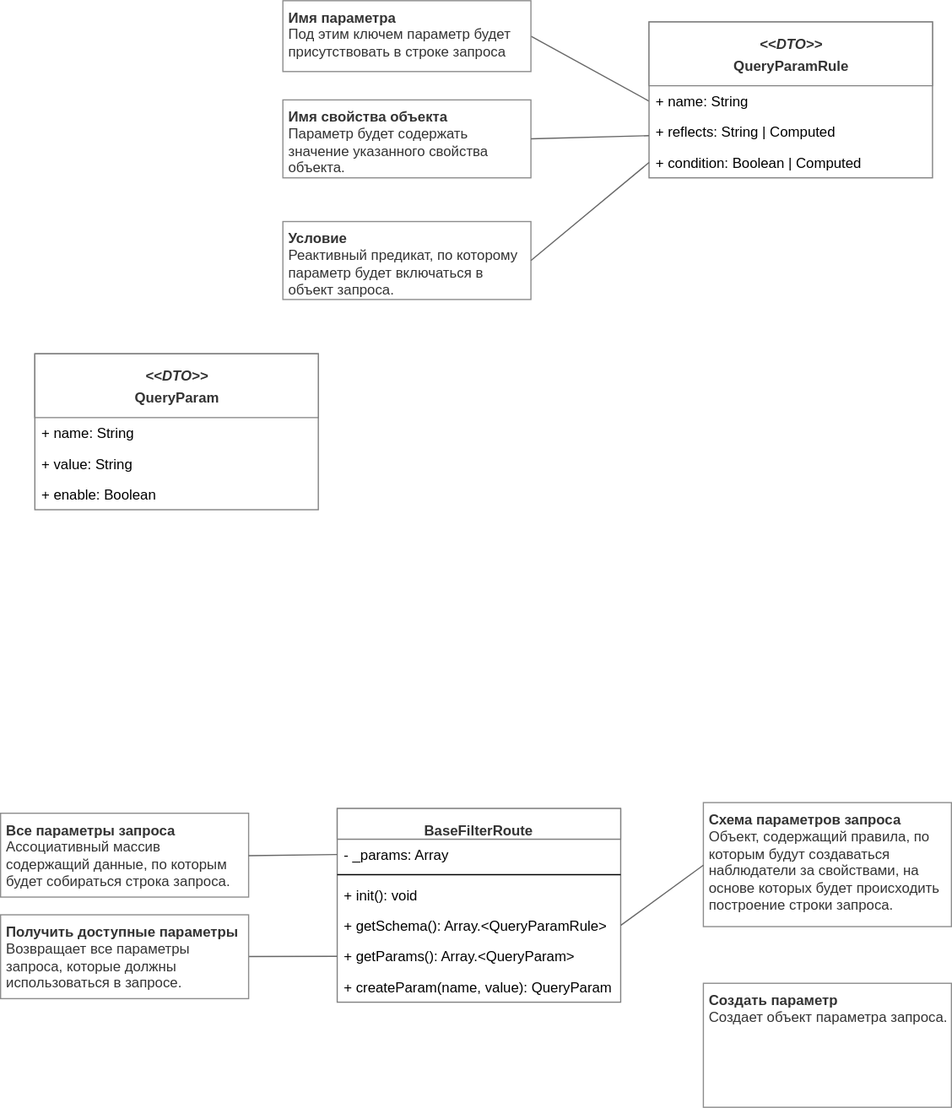
Earlier version of the draw.io export filters.svg (ajile/draw-io). Source tidied: cells renumbered, new cells last; positions are measured from the earlier drawing's top-left corner, leaving out a move shared by most shapes.
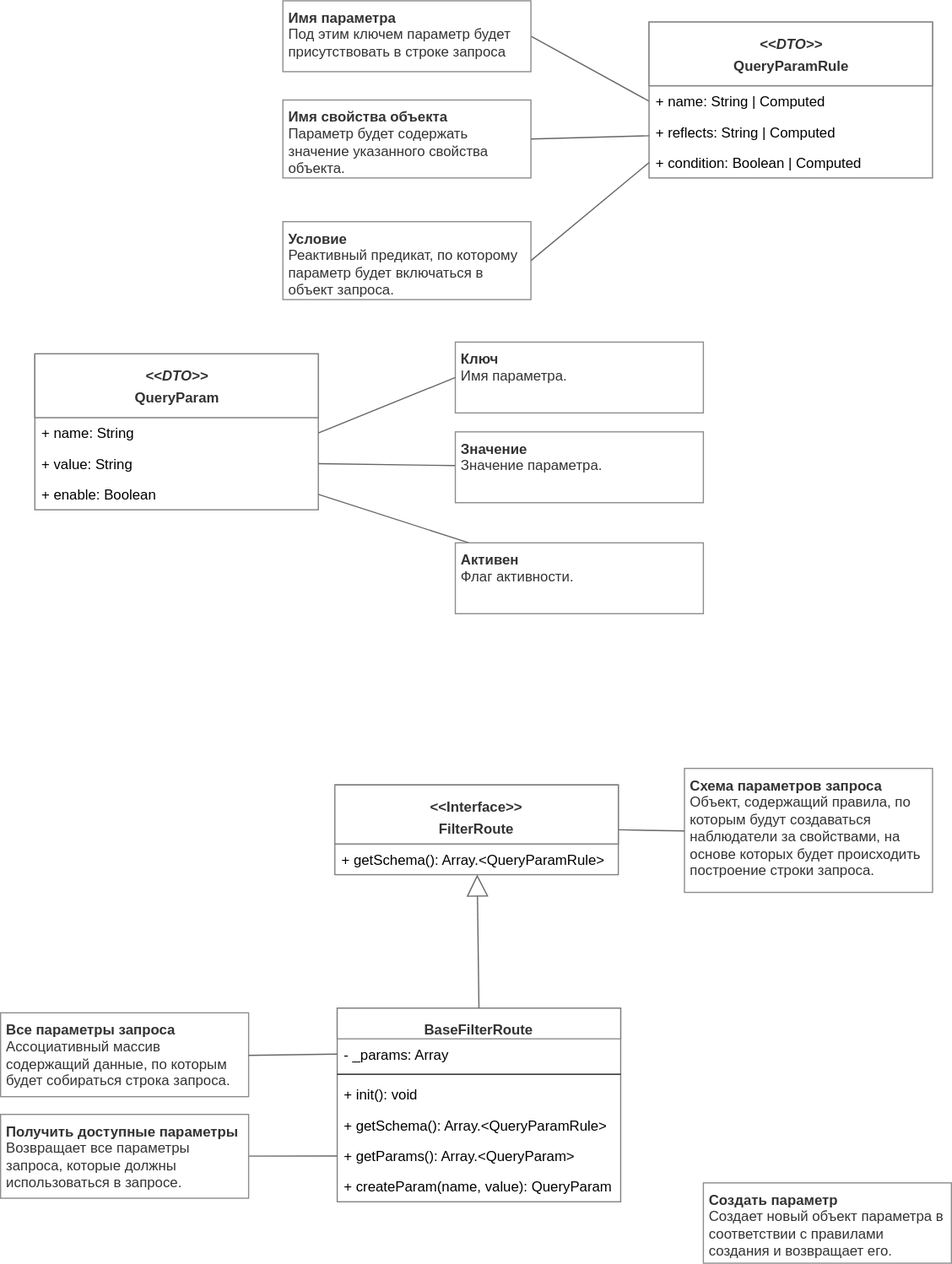
After the change.

Change to the diagram source:
```diff
@@ -3,7 +3,7 @@
     <mxCell id="0" />
     <mxCell id="1" parent="0" />
     <mxCell id="2" value="&lt;font style=&quot;font-size: 12px&quot; color=&quot;#333333&quot;&gt;BaseFilterRoute&lt;/font&gt;" style="swimlane;fontStyle=1;align=center;verticalAlign=top;horizontal=1;startSize=26;swimlaneFillColor=#ffffff;strokeColor=#808080;fontSize=16;fontColor=#808080;html=1;" parent="1" vertex="1">
-      <mxGeometry x="285" y="684" width="240" height="164" as="geometry" />
+      <mxGeometry x="285" y="853" width="240" height="164" as="geometry" />
     </mxCell>
     <mxCell id="3" value="- _params: Array" style="text;strokeColor=none;fillColor=none;align=left;verticalAlign=top;spacingLeft=4;spacingRight=4;overflow=hidden;points=[[0,0.5],[1,0.5]];portConstraint=eastwest;" parent="2" vertex="1">
       <mxGeometry y="26" width="240" height="26" as="geometry" />
@@ -29,7 +29,7 @@
     <mxCell id="10" value="&lt;font style=&quot;font-size: 12px&quot; color=&quot;#333333&quot;&gt;&lt;i&gt;&amp;lt;&amp;lt;DTO&amp;gt;&amp;gt;&lt;/i&gt;&lt;br&gt;&lt;b&gt;QueryParamRule&lt;/b&gt;&lt;/font&gt;&lt;br&gt;" style="swimlane;fontStyle=1;align=center;verticalAlign=top;horizontal=1;startSize=54;swimlaneFillColor=#ffffff;strokeColor=#808080;fontSize=16;fontColor=#808080;html=1;" parent="1" vertex="1">
       <mxGeometry x="549" y="18" width="240" height="132" as="geometry" />
     </mxCell>
-    <mxCell id="11" value="+ name: String" style="text;strokeColor=none;fillColor=none;align=left;verticalAlign=top;spacingLeft=4;spacingRight=4;overflow=hidden;points=[[0,0.5],[1,0.5]];portConstraint=eastwest;" parent="10" vertex="1">
+    <mxCell id="11" value="+ name: String | Computed" style="text;strokeColor=none;fillColor=none;align=left;verticalAlign=top;spacingLeft=4;spacingRight=4;overflow=hidden;points=[[0,0.5],[1,0.5]];portConstraint=eastwest;" parent="10" vertex="1">
       <mxGeometry y="54" width="240" height="26" as="geometry" />
     </mxCell>
     <mxCell id="12" value="+ reflects: String | Computed" style="text;strokeColor=none;fillColor=none;align=left;verticalAlign=top;spacingLeft=4;spacingRight=4;overflow=hidden;points=[[0,0.5],[1,0.5]];portConstraint=eastwest;" parent="10" vertex="1">
@@ -54,13 +54,13 @@
       <mxGeometry relative="1" as="geometry" />
     </mxCell>
     <mxCell id="19" value="&lt;span&gt;&lt;b&gt;Схема параметров запроса&lt;/b&gt;&lt;/span&gt;&lt;div&gt;Объект, содержащий правила, по которым будут создаваться наблюдатели за свойствами, на основе которых будет происходить построение строки запроса.&lt;/div&gt;" style="text;html=1;strokeColor=#8C8C8C;fillColor=none;align=left;verticalAlign=top;whiteSpace=wrap;rounded=0;fontSize=12;fontColor=#333333;spacingLeft=2;spacingBottom=2;spacingRight=2;" parent="1" vertex="1">
-      <mxGeometry x="595" y="679" width="210" height="105" as="geometry" />
+      <mxGeometry x="579" y="650" width="210" height="105" as="geometry" />
     </mxCell>
-    <mxCell id="20" style="rounded=0;html=1;startSize=4;endArrow=none;endFill=0;endSize=16;jettySize=auto;strokeColor=#666666;strokeWidth=1;fontSize=12;fontColor=#333333;exitX=1;exitY=0.5;entryX=0;entryY=0.5;" parent="1" edge="1" source="6" target="19">
+    <mxCell id="20" style="rounded=0;html=1;startSize=4;endArrow=none;endFill=0;endSize=16;jettySize=auto;strokeColor=#666666;strokeWidth=1;fontSize=12;fontColor=#333333;exitX=1;exitY=0.5;entryX=0;entryY=0.5;" parent="1" edge="1" source="37" target="19">
       <mxGeometry relative="1" as="geometry" />
     </mxCell>
     <mxCell id="21" value="&lt;span&gt;&lt;b&gt;Все параметры запроса&lt;/b&gt;&lt;/span&gt;&lt;div&gt;Ассоциативный массив содержащий данные, по которым будет собираться строка запроса.&lt;/div&gt;" style="text;html=1;strokeColor=#8C8C8C;fillColor=none;align=left;verticalAlign=top;whiteSpace=wrap;rounded=0;fontSize=12;fontColor=#333333;spacingLeft=2;spacingBottom=2;spacingRight=2;" parent="1" vertex="1">
-      <mxGeometry y="688" width="210" height="71" as="geometry" />
+      <mxGeometry y="857" width="210" height="71" as="geometry" />
     </mxCell>
     <mxCell id="22" style="rounded=0;html=1;startSize=4;endArrow=none;endFill=0;endSize=16;jettySize=auto;strokeColor=#666666;strokeWidth=1;fontSize=12;fontColor=#333333;exitX=0;exitY=0.5;entryX=1;entryY=0.5;" parent="1" edge="1" source="3" target="21">
       <mxGeometry relative="1" as="geometry" />
@@ -69,10 +69,10 @@
       <mxGeometry relative="1" as="geometry" />
     </mxCell>
     <mxCell id="24" value="&lt;span&gt;&lt;b&gt;Получить доступные параметры&lt;/b&gt;&lt;/span&gt;&lt;div&gt;Возвращает все параметры запроса, которые должны использоваться в запросе.&lt;/div&gt;" style="text;html=1;strokeColor=#8C8C8C;fillColor=none;align=left;verticalAlign=top;whiteSpace=wrap;rounded=0;fontSize=12;fontColor=#333333;spacingLeft=2;spacingBottom=2;spacingRight=2;" parent="1" vertex="1">
-      <mxGeometry y="774" width="210" height="71" as="geometry" />
+      <mxGeometry y="943" width="210" height="71" as="geometry" />
     </mxCell>
-    <mxCell id="25" value="&lt;b&gt;Создать параметр&lt;/b&gt;&lt;br&gt;&lt;div&gt;Создает объект параметра запроса.&lt;/div&gt;" style="text;html=1;strokeColor=#8C8C8C;fillColor=none;align=left;verticalAlign=top;whiteSpace=wrap;rounded=0;fontSize=12;fontColor=#333333;spacingLeft=2;spacingBottom=2;spacingRight=2;" parent="1" vertex="1">
-      <mxGeometry x="595" y="832" width="210" height="105" as="geometry" />
+    <mxCell id="25" value="&lt;b&gt;Создать параметр&lt;/b&gt;&lt;br&gt;&lt;div&gt;Создает новый объект параметра в соответствии с правилами создания и возвращает его.&lt;/div&gt;" style="text;html=1;strokeColor=#8C8C8C;fillColor=none;align=left;verticalAlign=top;whiteSpace=wrap;rounded=0;fontSize=12;fontColor=#333333;spacingLeft=2;spacingBottom=2;spacingRight=2;" parent="1" vertex="1">
+      <mxGeometry x="595" y="1001" width="210" height="68" as="geometry" />
     </mxCell>
     <mxCell id="26" value="&lt;font style=&quot;font-size: 12px&quot; color=&quot;#333333&quot;&gt;&lt;i&gt;&amp;lt;&amp;lt;DTO&amp;gt;&amp;gt;&lt;/i&gt;&lt;br&gt;&lt;b&gt;QueryParam&lt;/b&gt;&lt;/font&gt;&lt;br&gt;" style="swimlane;fontStyle=1;align=center;verticalAlign=top;horizontal=1;startSize=54;swimlaneFillColor=#ffffff;strokeColor=#808080;fontSize=16;fontColor=#808080;html=1;" parent="1" vertex="1">
       <mxGeometry x="29" y="299" width="240" height="132" as="geometry" />
@@ -86,5 +86,32 @@
     <mxCell id="29" value="+ enable: Boolean" style="text;strokeColor=none;fillColor=none;align=left;verticalAlign=top;spacingLeft=4;spacingRight=4;overflow=hidden;points=[[0,0.5],[1,0.5]];portConstraint=eastwest;" parent="26" vertex="1">
       <mxGeometry y="106" width="240" height="26" as="geometry" />
     </mxCell>
+    <mxCell id="30" value="&lt;span&gt;&lt;b&gt;Ключ&lt;/b&gt;&lt;/span&gt;&lt;div&gt;Имя параметра.&lt;/div&gt;" style="text;html=1;strokeColor=#8C8C8C;fillColor=none;align=left;verticalAlign=top;whiteSpace=wrap;rounded=0;fontSize=12;fontColor=#333333;spacingLeft=2;spacingBottom=2;" parent="1" vertex="1">
+      <mxGeometry x="385" y="289" width="210" height="60" as="geometry" />
+    </mxCell>
+    <mxCell id="31" style="rounded=0;html=1;startSize=4;endArrow=none;endFill=0;endSize=16;jettySize=auto;strokeColor=#666666;strokeWidth=1;fontSize=12;fontColor=#333333;exitX=1;exitY=0.5;entryX=0;entryY=0.5;" parent="1" edge="1" source="27" target="30">
+      <mxGeometry relative="1" as="geometry" />
+    </mxCell>
+    <mxCell id="32" style="edgeStyle=none;rounded=0;html=1;entryX=1;entryY=0.5;startSize=4;endArrow=none;endFill=0;endSize=16;jettySize=auto;strokeColor=#666666;strokeWidth=1;fontSize=12;fontColor=#333333;" parent="1" edge="1" source="33" target="28">
+      <mxGeometry relative="1" as="geometry" />
+    </mxCell>
+    <mxCell id="33" value="&lt;span&gt;&lt;b&gt;Значение&lt;/b&gt;&lt;/span&gt;&lt;div&gt;&lt;div&gt;Значение параметра.&lt;/div&gt;&lt;/div&gt;" style="text;html=1;strokeColor=#8C8C8C;fillColor=none;align=left;verticalAlign=top;whiteSpace=wrap;rounded=0;fontSize=12;fontColor=#333333;spacingLeft=2;spacingBottom=2;" parent="1" vertex="1">
+      <mxGeometry x="385" y="365" width="210" height="60" as="geometry" />
+    </mxCell>
+    <mxCell id="34" style="edgeStyle=none;rounded=0;html=1;entryX=1;entryY=0.5;startSize=4;endArrow=none;endFill=0;endSize=16;jettySize=auto;strokeColor=#666666;strokeWidth=1;fontSize=12;fontColor=#333333;" parent="1" edge="1" source="35" target="29">
+      <mxGeometry relative="1" as="geometry" />
+    </mxCell>
+    <mxCell id="35" value="&lt;span&gt;&lt;b&gt;Активен&lt;/b&gt;&lt;/span&gt;&lt;div&gt;&lt;div&gt;Флаг активности.&lt;/div&gt;&lt;/div&gt;" style="text;html=1;strokeColor=#8C8C8C;fillColor=none;align=left;verticalAlign=top;whiteSpace=wrap;rounded=0;fontSize=12;fontColor=#333333;spacingLeft=2;spacingBottom=2;" parent="1" vertex="1">
+      <mxGeometry x="385" y="459" width="210" height="60" as="geometry" />
+    </mxCell>
+    <mxCell id="36" style="edgeStyle=none;rounded=0;html=1;entryX=0.5;entryY=0;startSize=16;endArrow=none;endFill=0;endSize=16;jettySize=auto;strokeColor=#666666;strokeWidth=1;fontSize=12;fontColor=#333333;startArrow=block;startFill=0;" parent="1" edge="1" source="37" target="2">
+      <mxGeometry relative="1" as="geometry" />
+    </mxCell>
+    <mxCell id="37" value="&lt;font style=&quot;font-size: 12px&quot; color=&quot;#333333&quot;&gt;&amp;lt;&amp;lt;Interface&amp;gt;&amp;gt;&lt;br&gt;FilterRoute&lt;/font&gt;" style="swimlane;fontStyle=1;align=center;verticalAlign=top;horizontal=1;startSize=50;swimlaneFillColor=#ffffff;strokeColor=#808080;fontSize=16;fontColor=#808080;html=1;" parent="1" vertex="1">
+      <mxGeometry x="283" y="664" width="240" height="76" as="geometry" />
+    </mxCell>
+    <mxCell id="38" value="+ getSchema(): Array.&lt;QueryParamRule&gt;" style="text;strokeColor=none;fillColor=none;align=left;verticalAlign=top;spacingLeft=4;spacingRight=4;overflow=hidden;" parent="37" vertex="1">
+      <mxGeometry y="50" width="240" height="26" as="geometry" />
+    </mxCell>
   </root>
 </mxGraphModel>
```
